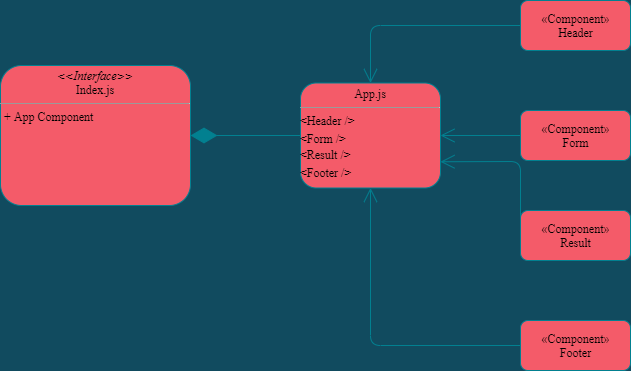
Omar-Tarawneh/RESTy keeps this draw.io diagram as assets/lab26.png. Above is the earlier version. Source tidied: cells renumbered, new cells last; positions are measured from the earlier drawing's top-left corner, leaving out a move shared by most shapes.
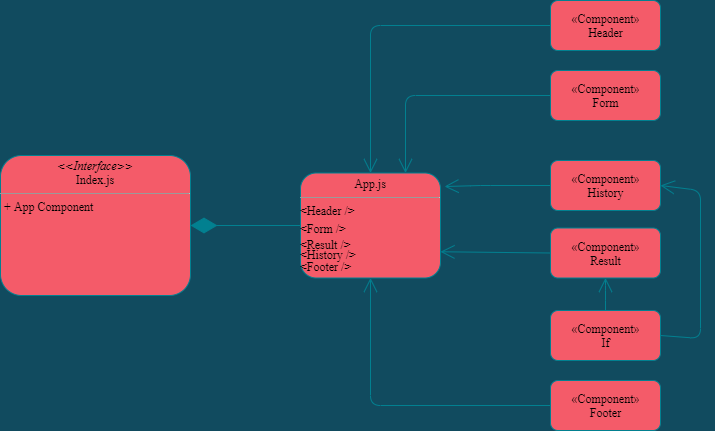
Later version of the same file.

Diff of the diagram source:
```diff
@@ -6,15 +6,15 @@
       <mxGeometry y="65" width="190" height="140" as="geometry" />
     </mxCell>
     <mxCell id="3" value="«Component»&lt;br&gt;&lt;span&gt;Header&lt;/span&gt;" style="html=1;shadow=0;rounded=1;fillColor=#F45B69;strokeColor=#028090;labelBackgroundColor=none;fontFamily=Times New Roman;fontStyle=0;" parent="1" vertex="1">
-      <mxGeometry x="520" width="110" height="50" as="geometry" />
+      <mxGeometry x="550" y="-90" width="110" height="50" as="geometry" />
     </mxCell>
     <mxCell id="4" value="«Component»&lt;br&gt;Form" style="html=1;shadow=0;rounded=1;fillColor=#F45B69;strokeColor=#028090;labelBackgroundColor=none;fontFamily=Times New Roman;fontStyle=0;" parent="1" vertex="1">
-      <mxGeometry x="520" y="110" width="110" height="50" as="geometry" />
+      <mxGeometry x="550" y="-20" width="110" height="50" as="geometry" />
     </mxCell>
     <mxCell id="5" value="«Component»&lt;br&gt;&lt;span&gt;Footer&lt;/span&gt;" style="html=1;shadow=0;rounded=1;fillColor=#F45B69;strokeColor=#028090;labelBackgroundColor=none;fontFamily=Times New Roman;fontStyle=0;" parent="1" vertex="1">
-      <mxGeometry x="520" y="320" width="110" height="50" as="geometry" />
+      <mxGeometry x="550" y="290" width="110" height="50" as="geometry" />
     </mxCell>
-    <mxCell id="6" value="&lt;p style=&quot;margin: 0px ; margin-top: 4px ; text-align: center&quot;&gt;&lt;span&gt;App.js&lt;/span&gt;&lt;/p&gt;&lt;hr size=&quot;1&quot;&gt;&lt;div style=&quot;height: 2px&quot;&gt;&amp;lt;Header /&amp;gt;&lt;/div&gt;&lt;div style=&quot;height: 2px&quot;&gt;&lt;br&gt;&lt;/div&gt;&lt;div style=&quot;height: 2px&quot;&gt;&lt;br&gt;&lt;/div&gt;&lt;div style=&quot;height: 2px&quot;&gt;&lt;br&gt;&lt;/div&gt;&lt;div style=&quot;height: 2px&quot;&gt;&lt;br&gt;&lt;/div&gt;&lt;div style=&quot;height: 2px&quot;&gt;&lt;br&gt;&lt;/div&gt;&lt;div style=&quot;height: 2px&quot;&gt;&lt;br&gt;&lt;/div&gt;&lt;div style=&quot;height: 2px&quot;&gt;&lt;br&gt;&lt;/div&gt;&lt;div style=&quot;height: 2px&quot;&gt;&lt;br&gt;&lt;/div&gt;&lt;div style=&quot;height: 2px&quot;&gt;&amp;lt;Form /&amp;gt;&lt;/div&gt;&lt;div style=&quot;height: 2px&quot;&gt;&lt;br&gt;&lt;/div&gt;&lt;div style=&quot;height: 2px&quot;&gt;&lt;br&gt;&lt;/div&gt;&lt;div style=&quot;height: 2px&quot;&gt;&lt;br&gt;&lt;/div&gt;&lt;div style=&quot;height: 2px&quot;&gt;&lt;br&gt;&lt;/div&gt;&lt;div style=&quot;height: 2px&quot;&gt;&lt;br&gt;&lt;/div&gt;&lt;div style=&quot;height: 2px&quot;&gt;&lt;br&gt;&lt;/div&gt;&lt;div style=&quot;height: 2px&quot;&gt;&lt;br&gt;&lt;/div&gt;&lt;div style=&quot;height: 2px&quot;&gt;&amp;lt;Result /&amp;gt;&lt;/div&gt;&lt;div style=&quot;height: 2px&quot;&gt;&lt;br&gt;&lt;/div&gt;&lt;div style=&quot;height: 2px&quot;&gt;&lt;br&gt;&lt;/div&gt;&lt;div style=&quot;height: 2px&quot;&gt;&lt;br&gt;&lt;/div&gt;&lt;div style=&quot;height: 2px&quot;&gt;&lt;br&gt;&lt;/div&gt;&lt;div style=&quot;height: 2px&quot;&gt;&lt;br&gt;&lt;/div&gt;&lt;div style=&quot;height: 2px&quot;&gt;&lt;br&gt;&lt;/div&gt;&lt;div style=&quot;height: 2px&quot;&gt;&lt;br&gt;&lt;/div&gt;&lt;div style=&quot;height: 2px&quot;&gt;&lt;br&gt;&lt;/div&gt;&lt;div style=&quot;height: 2px&quot;&gt;&amp;lt;Footer /&amp;gt;&lt;/div&gt;" style="verticalAlign=top;align=left;overflow=fill;fontSize=12;fontFamily=Times New Roman;html=1;shadow=0;rounded=1;fillColor=#F45B69;strokeColor=#028090;labelBackgroundColor=none;fontStyle=0;" parent="1" vertex="1">
+    <mxCell id="6" value="&lt;p style=&quot;margin: 0px ; margin-top: 4px ; text-align: center&quot;&gt;&lt;span&gt;App.js&lt;/span&gt;&lt;/p&gt;&lt;hr size=&quot;1&quot;&gt;&lt;div style=&quot;height: 2px&quot;&gt;&amp;lt;Header /&amp;gt;&lt;/div&gt;&lt;div style=&quot;height: 2px&quot;&gt;&lt;br&gt;&lt;/div&gt;&lt;div style=&quot;height: 2px&quot;&gt;&lt;br&gt;&lt;/div&gt;&lt;div style=&quot;height: 2px&quot;&gt;&lt;br&gt;&lt;/div&gt;&lt;div style=&quot;height: 2px&quot;&gt;&lt;br&gt;&lt;/div&gt;&lt;div style=&quot;height: 2px&quot;&gt;&lt;br&gt;&lt;/div&gt;&lt;div style=&quot;height: 2px&quot;&gt;&lt;br&gt;&lt;/div&gt;&lt;div style=&quot;height: 2px&quot;&gt;&lt;br&gt;&lt;/div&gt;&lt;div style=&quot;height: 2px&quot;&gt;&lt;br&gt;&lt;/div&gt;&lt;div style=&quot;height: 2px&quot;&gt;&amp;lt;Form /&amp;gt;&lt;/div&gt;&lt;div style=&quot;height: 2px&quot;&gt;&lt;br&gt;&lt;/div&gt;&lt;div style=&quot;height: 2px&quot;&gt;&lt;br&gt;&lt;/div&gt;&lt;div style=&quot;height: 2px&quot;&gt;&lt;br&gt;&lt;/div&gt;&lt;div style=&quot;height: 2px&quot;&gt;&lt;br&gt;&lt;/div&gt;&lt;div style=&quot;height: 2px&quot;&gt;&lt;br&gt;&lt;/div&gt;&lt;div style=&quot;height: 2px&quot;&gt;&lt;br&gt;&lt;/div&gt;&lt;div style=&quot;height: 2px&quot;&gt;&lt;br&gt;&lt;/div&gt;&lt;div style=&quot;height: 2px&quot;&gt;&amp;lt;Result /&amp;gt;&lt;/div&gt;&lt;div style=&quot;height: 2px&quot;&gt;&lt;br&gt;&lt;/div&gt;&lt;div style=&quot;height: 2px&quot;&gt;&lt;br&gt;&lt;/div&gt;&lt;div style=&quot;height: 2px&quot;&gt;&lt;br&gt;&lt;/div&gt;&lt;div style=&quot;height: 2px&quot;&gt;&lt;br&gt;&lt;/div&gt;&lt;div style=&quot;height: 2px&quot;&gt;&amp;lt;History /&amp;gt;&lt;/div&gt;&lt;div style=&quot;height: 2px&quot;&gt;&lt;br&gt;&lt;/div&gt;&lt;div style=&quot;height: 2px&quot;&gt;&lt;br&gt;&lt;/div&gt;&lt;div style=&quot;height: 2px&quot;&gt;&lt;br&gt;&lt;/div&gt;&lt;div style=&quot;height: 2px&quot;&gt;&lt;br&gt;&lt;/div&gt;&lt;div style=&quot;height: 2px&quot;&gt;&lt;br&gt;&lt;/div&gt;&lt;div style=&quot;height: 2px&quot;&gt;&amp;lt;Footer /&amp;gt;&lt;/div&gt;" style="verticalAlign=top;align=left;overflow=fill;fontSize=12;fontFamily=Times New Roman;html=1;shadow=0;rounded=1;fillColor=#F45B69;strokeColor=#028090;labelBackgroundColor=none;fontStyle=0;" parent="1" vertex="1">
       <mxGeometry x="300" y="82.5" width="140" height="105" as="geometry" />
     </mxCell>
     <mxCell id="7" style="endArrow=diamondThin;endFill=1;endSize=24;html=1;exitX=0;exitY=0.5;exitDx=0;exitDy=0;entryX=1;entryY=0.5;entryDx=0;entryDy=0;shadow=0;labelBackgroundColor=none;strokeColor=#028090;fontFamily=Times New Roman;fontStyle=0;" parent="1" edge="1" source="6" target="2">
@@ -23,29 +23,57 @@
     <mxCell id="8" style="endArrow=open;endFill=1;endSize=12;html=1;exitX=0;exitY=0.5;exitDx=0;exitDy=0;entryX=0.5;entryY=0;entryDx=0;entryDy=0;shadow=0;labelBackgroundColor=none;strokeColor=#028090;fontFamily=Times New Roman;fontStyle=0;" parent="1" edge="1" source="3" target="6">
       <mxGeometry relative="1" as="geometry">
         <Array as="points">
-          <mxPoint x="370" y="25" />
+          <mxPoint x="370" y="-65" />
         </Array>
       </mxGeometry>
     </mxCell>
     <mxCell id="9" style="endArrow=open;endFill=1;endSize=12;html=1;exitX=0;exitY=0.5;exitDx=0;exitDy=0;entryX=0.5;entryY=1;entryDx=0;entryDy=0;shadow=0;labelBackgroundColor=none;strokeColor=#028090;fontFamily=Times New Roman;fontStyle=0;" parent="1" edge="1" source="5" target="6">
       <mxGeometry relative="1" as="geometry">
         <Array as="points">
-          <mxPoint x="370" y="345" />
+          <mxPoint x="370" y="315" />
         </Array>
       </mxGeometry>
     </mxCell>
-    <mxCell id="10" style="endArrow=open;endFill=1;endSize=12;html=1;exitX=0;exitY=0.5;exitDx=0;exitDy=0;entryX=1;entryY=0.5;entryDx=0;entryDy=0;shadow=0;labelBackgroundColor=none;strokeColor=#028090;fontFamily=Times New Roman;fontStyle=0;" parent="1" edge="1" source="4" target="6">
-      <mxGeometry relative="1" as="geometry" />
+    <mxCell id="10" style="endArrow=open;endFill=1;endSize=12;html=1;exitX=0;exitY=0.5;exitDx=0;exitDy=0;shadow=0;labelBackgroundColor=none;strokeColor=#028090;fontFamily=Times New Roman;fontStyle=0;entryX=0.75;entryY=0;entryDx=0;entryDy=0;" parent="1" edge="1" source="4" target="6">
+      <mxGeometry relative="1" as="geometry">
+        <Array as="points">
+          <mxPoint x="405" y="5" />
+        </Array>
+      </mxGeometry>
     </mxCell>
     <mxCell id="11" value="«Component»&lt;br&gt;Result" style="html=1;shadow=0;rounded=1;fillColor=#F45B69;strokeColor=#028090;labelBackgroundColor=none;fontFamily=Times New Roman;fontStyle=0;" parent="1" vertex="1">
-      <mxGeometry x="520" y="210" width="110" height="50" as="geometry" />
+      <mxGeometry x="550" y="137.5" width="110" height="50" as="geometry" />
     </mxCell>
     <mxCell id="12" style="endArrow=open;endFill=1;endSize=12;html=1;exitX=0;exitY=0.5;exitDx=0;exitDy=0;entryX=1;entryY=0.75;entryDx=0;entryDy=0;shadow=0;labelBackgroundColor=none;strokeColor=#028090;fontFamily=Times New Roman;fontStyle=0;" parent="1" edge="1" source="11" target="6">
-      <mxGeometry relative="1" as="geometry">
-        <Array as="points">
-          <mxPoint x="520" y="161" />
-        </Array>
-      </mxGeometry>
+      <mxGeometry relative="1" as="geometry" />
     </mxCell>
+    <mxCell id="13" value="«Component»&lt;br&gt;History" style="html=1;shadow=0;rounded=1;fillColor=#F45B69;strokeColor=#028090;labelBackgroundColor=none;fontFamily=Times New Roman;fontStyle=0;" parent="1" vertex="1">
+      <mxGeometry x="550" y="70" width="110" height="50" as="geometry" />
+    </mxCell>
+    <mxCell id="14" style="endArrow=open;endFill=1;endSize=12;html=1;exitX=0;exitY=0.5;exitDx=0;exitDy=0;shadow=0;labelBackgroundColor=none;strokeColor=#028090;fontFamily=Times New Roman;fontStyle=0;entryX=1.029;entryY=0.129;entryDx=0;entryDy=0;entryPerimeter=0;" parent="1" edge="1" source="13" target="6">
+      <mxGeometry relative="1" as="geometry">
+        <Array as="points">
+          <mxPoint x="480" y="95" />
+        </Array>
+      </mxGeometry>
+    </mxCell>
+    <mxCell id="15" value="«Component»&lt;br&gt;If" style="html=1;shadow=0;rounded=1;fillColor=#F45B69;strokeColor=#028090;labelBackgroundColor=none;fontFamily=Times New Roman;fontStyle=0;" parent="1" vertex="1">
+      <mxGeometry x="550" y="220" width="110" height="50" as="geometry" />
+    </mxCell>
+    <mxCell id="16" style="endArrow=open;endFill=1;endSize=12;html=1;exitX=0.5;exitY=0;exitDx=0;exitDy=0;entryX=0.5;entryY=1;entryDx=0;entryDy=0;shadow=0;labelBackgroundColor=none;strokeColor=#028090;fontFamily=Times New Roman;fontStyle=0;" parent="1" edge="1" source="15" target="11">
+      <mxGeometry relative="1" as="geometry">
+        <Array as="points">
+          <mxPoint x="605" y="200" />
+        </Array>
+      </mxGeometry>
+    </mxCell>
+    <mxCell id="17" style="endArrow=open;endFill=1;endSize=12;html=1;exitX=1;exitY=0.5;exitDx=0;exitDy=0;entryX=1;entryY=0.5;entryDx=0;entryDy=0;shadow=0;labelBackgroundColor=none;strokeColor=#028090;fontFamily=Times New Roman;fontStyle=0;" parent="1" edge="1" source="15" target="13">
+      <mxGeometry relative="1" as="geometry">
+        <Array as="points">
+          <mxPoint x="700" y="248" />
+          <mxPoint x="700" y="100" />
+        </Array>
+      </mxGeometry>
+    </mxCell>
   </root>
 </mxGraphModel>
```
